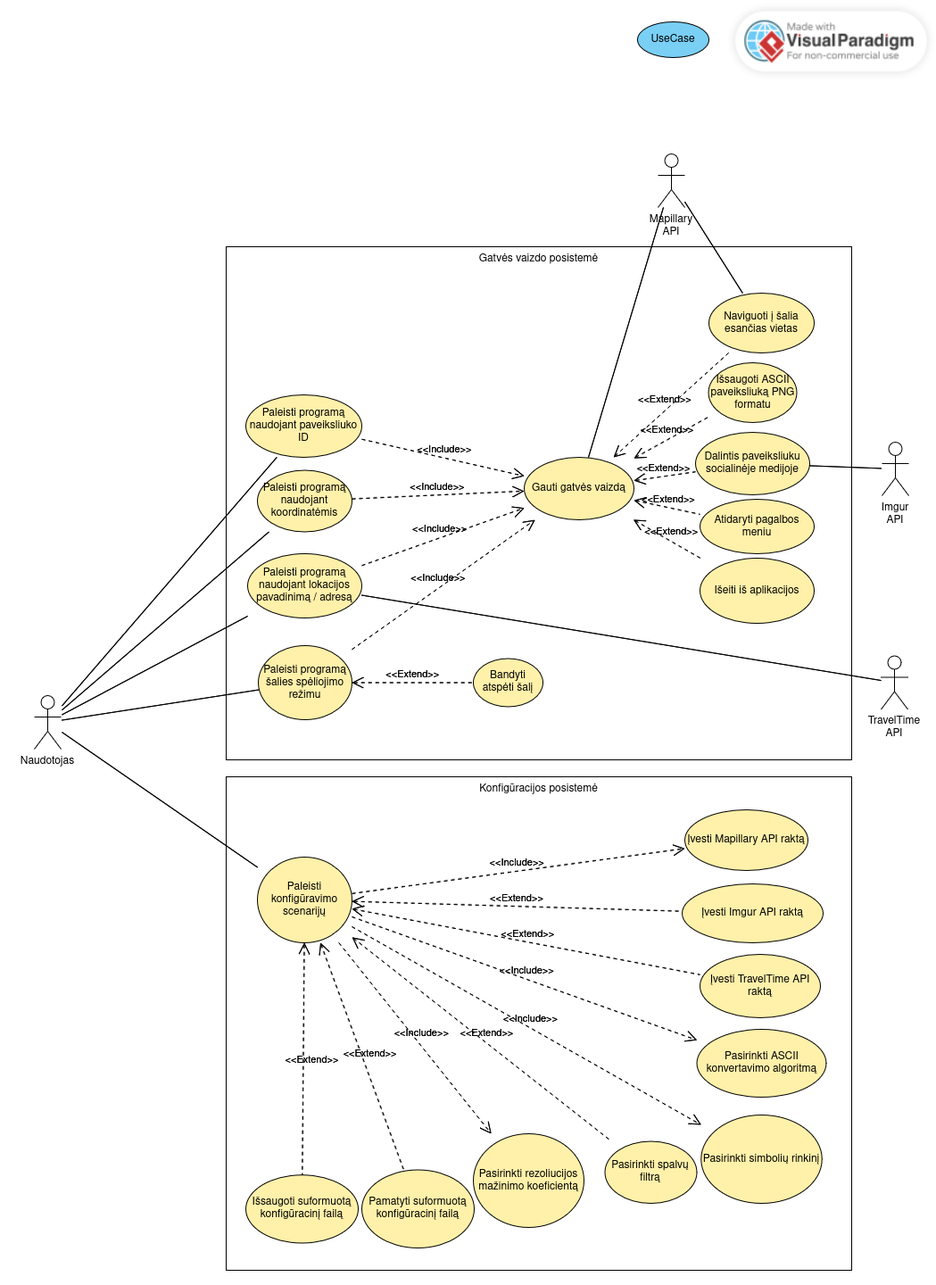
This is report/images/useCases.png from arnasbrad/cli-street-imagery, a Mermaid export, as it was before one commit. Its source is kept beside it as report/mermaid/useCases.mmd. Its diagram source:
```mermaid
%%{init: {'theme': 'base', 'themeVariables': { 'primaryColor': '#f0f0f0', 'primaryTextColor': '#000', 'primaryBorderColor': '#000', 'lineColor': '#000', 'secondaryColor': '#d9f2fb', 'tertiaryColor': '#fff'}}}%%

flowchart TD

    User([fa:fa-user User])
    MapillaryAPI([fa:fa-server Mapillary API])
    ImgurAPI([fa:fa-server Imgur API])
    TravelTimeAPI([fa:fa-server TravelTime API])

    subgraph StreetAscii sistema
        START_ID((Paleisti programą naudojant paveiksliuko ID))
        START_COORDS((Paleisti programą naudojant koordinatėmis))
        START_NAME((Paleisti programą naudojant lokacijos pavadinimą / adresą))
        START_GUESSING((Paleisti programą šalies spėliojimo režimu))

        GUESSING((Bandyti atspėti šalį))

        GAME((Gauti gatvės vaizdą))

        NAVIGATE((Naviguoti į šalia esančias vietas))
        SHARE((Išsaugoti ASCII paveiksliuką PNG formatu))
        SHARE((Dalintis paveiksliuku socialinėje medijoje))
        HELP((Atidaryti pagalbos meniu))
        QUIT((Išeiti iš aplikacijos))
    end

    subgraph Konfigūracija
        UC9((Configure application))
        UC9_1((Change display settings))
        UC9_2((Apply color filters))
        UC9_3((Change rendering
        algorithm))
    end

    User --- START_ID
    User --- START_NAME
    User --- START_COORDS
    User --- START_GUESSING
    User --- UC9

    START_ID -->|includes| GAME
    START_NAME -->|includes| GAME
    START_COORDS -->|includes| GAME
    START_GUESSING -->|includes| GAME

    GUESSING -->|extends| START_GUESSING


    NAVIGATE -->|extends| GAME
    SHARE -->|extends| GAME
    SHARE -->|extends| GAME
    HELP -->|extends| GAME
    QUIT -->|extends| GAME

    UC9 -->|includes| UC9_1
    UC9 -->|includes| UC9_2
    UC9 -->|includes| UC9_3

    GAME --- MapillaryAPI
    START_NAME --- TravelTimeAPI
    NAVIGATE --- MapillaryAPI
    SHARE --- ImgurAPI
```
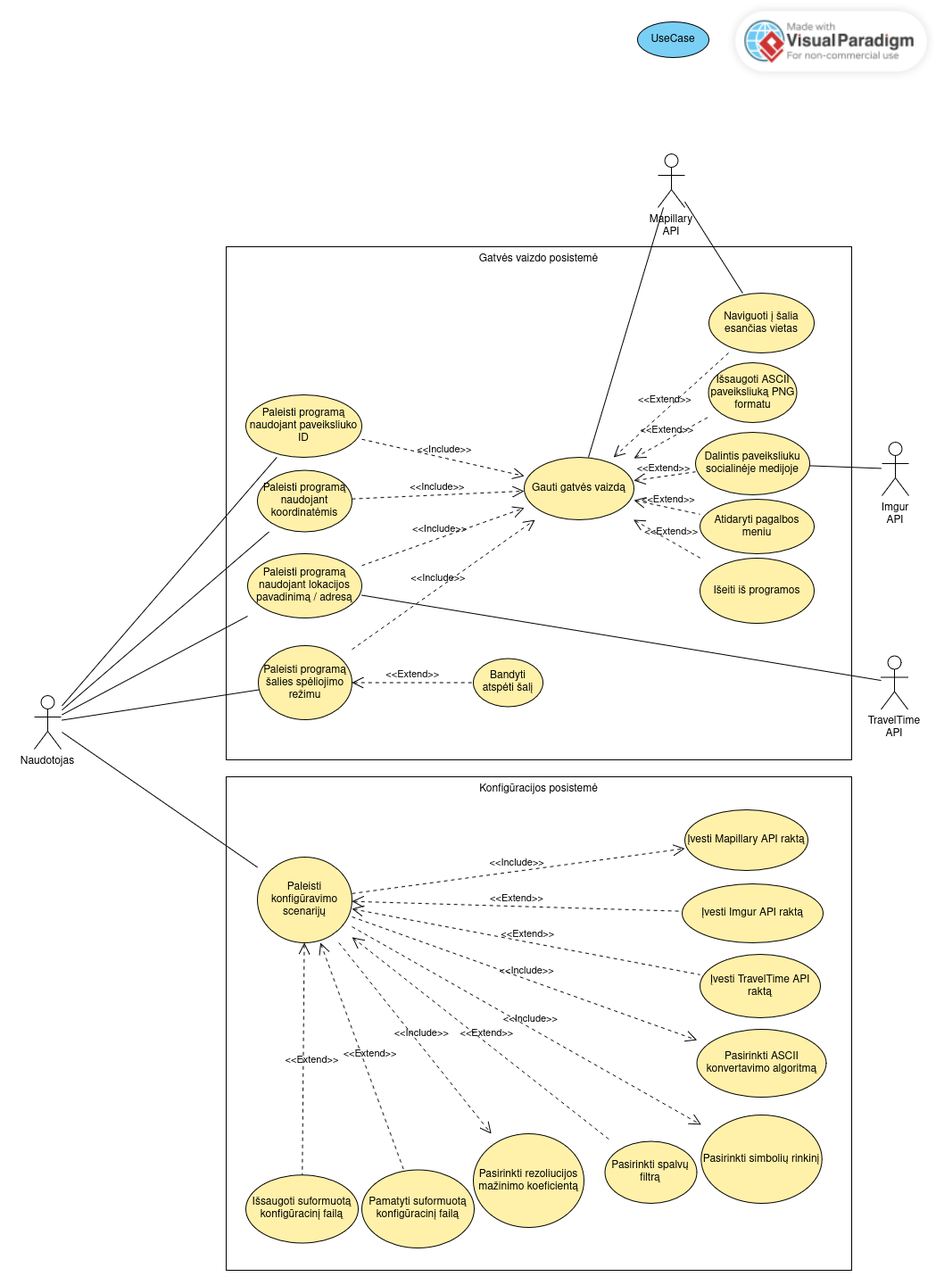
After the commit.

Diff of the diagram source:
```diff
@@ -21,7 +21,7 @@
         SHARE((Išsaugoti ASCII paveiksliuką PNG formatu))
         SHARE((Dalintis paveiksliuku socialinėje medijoje))
         HELP((Atidaryti pagalbos meniu))
-        QUIT((Išeiti iš aplikacijos))
+        QUIT((Išeiti iš programos))
     end
 
     subgraph Konfigūracija
```
